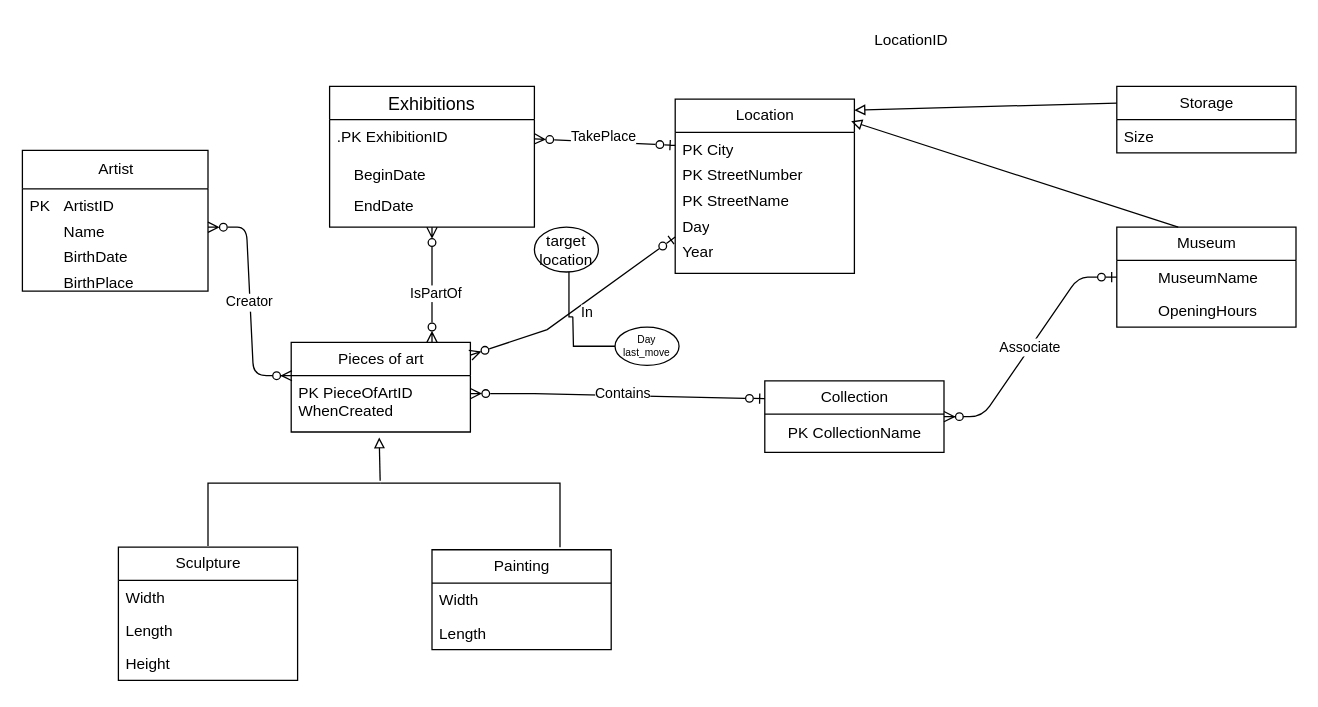
Earlier version of the draw.io diagram crowsFoot.drawio (KhalyHackerman/databases_p1). Source tidied: cells renumbered, new cells numbered last; positions are measured from the earlier drawing's top-left corner, leaving out a move shared by most shapes. Both pictures are drawn from the tidied source at 128%, with x=0, y=0 at pixel (22, 22).
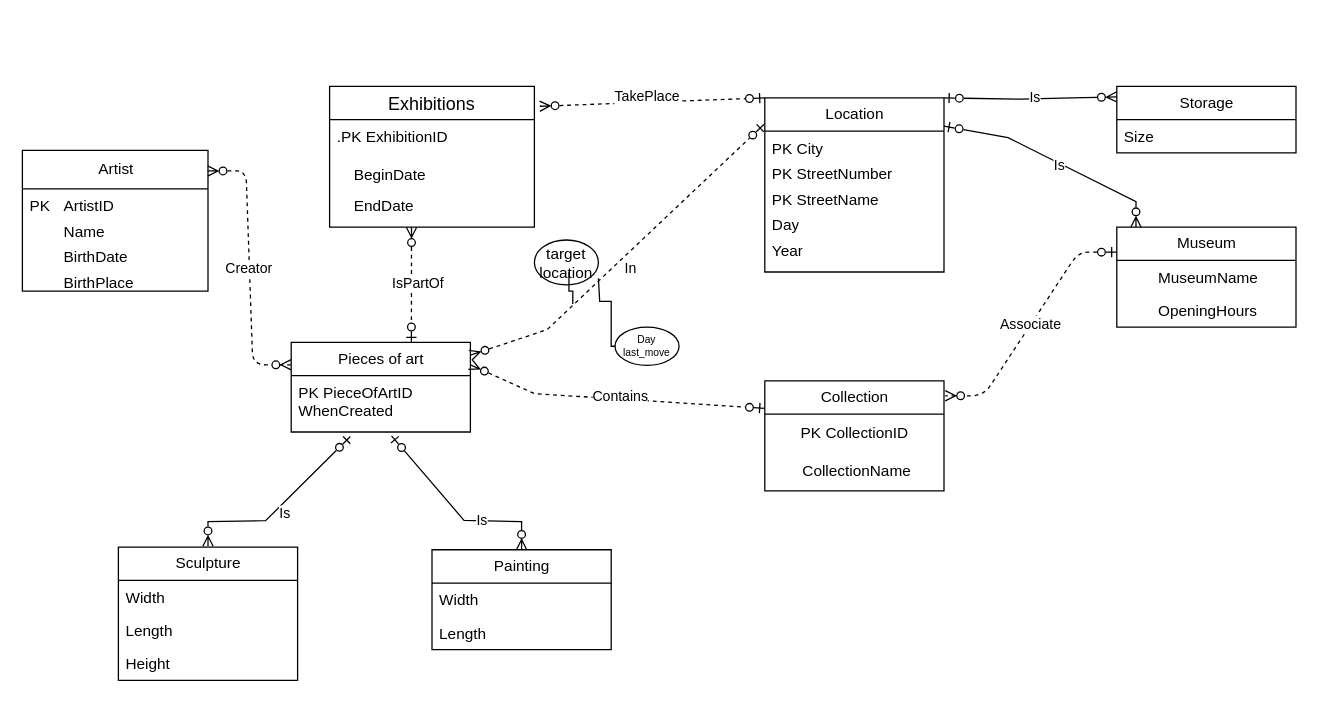
The same page after the edit.

The change refers to these unchanged cells:
```xml
<mxCell id="2" value="Artist" style="swimlane;fontStyle=0;horizontal=1;startSize=30;fillColor=none;html=1;" parent="1" vertex="1">
  <mxGeometry y="100" width="145" height="110" as="geometry" />
</mxCell>
<mxCell id="4" value="&amp;nbsp; &amp;nbsp; &amp;nbsp; &amp;nbsp; Name" style="text;strokeColor=none;fillColor=none;align=left;verticalAlign=top;spacingLeft=4;spacingRight=4;overflow=hidden;points=[[0,0.5],[1,0.5]];portConstraint=eastwest;whiteSpace=wrap;html=1;" parent="2" vertex="1">
  <mxGeometry y="50" width="145" height="20" as="geometry" />
</mxCell>
<mxCell id="7" value="Pieces of art" style="swimlane;fontStyle=0;horizontal=1;startSize=26;fillColor=none;html=1;" parent="1" vertex="1">
  <mxGeometry x="210" y="250" width="140" height="70" as="geometry" />
</mxCell>
<mxCell id="8" value="&lt;div&gt;PK PieceOfArtID&lt;/div&gt;WhenCreated" style="text;strokeColor=none;fillColor=none;align=left;verticalAlign=top;spacingLeft=4;spacingRight=4;overflow=hidden;points=[[0,0.5],[1,0.5]];portConstraint=eastwest;whiteSpace=wrap;html=1;" parent="7" vertex="1">
  <mxGeometry y="26" width="140" height="44" as="geometry" />
</mxCell>
<mxCell id="10" value="Painting" style="swimlane;fontStyle=0;horizontal=1;startSize=26;fillColor=none;html=1;" parent="1" vertex="1">
  <mxGeometry x="320" y="412" width="140" height="78" as="geometry" />
</mxCell>
<mxCell id="26" value="Year" style="text;strokeColor=none;fillColor=none;align=left;verticalAlign=top;spacingLeft=4;spacingRight=4;overflow=hidden;points=[[0,0.5],[1,0.5]];portConstraint=eastwest;whiteSpace=wrap;html=1;" parent="21" vertex="1">
  <mxGeometry y="106" width="140" height="30" as="geometry" />
</mxCell>
<mxCell id="28" value="Museum" style="swimlane;fontStyle=0;horizontal=1;startSize=26;fillColor=none;html=1;" parent="1" vertex="1">
  <mxGeometry x="855" y="160" width="140" height="78" as="geometry" />
</mxCell>
<mxCell id="31" value="Storage" style="swimlane;fontStyle=0;horizontal=1;startSize=26;fillColor=none;html=1;" parent="1" vertex="1">
  <mxGeometry x="855" y="50" width="140" height="52" as="geometry" />
</mxCell>
<mxCell id="34" value="Exhibitions" style="swimlane;fontStyle=0;horizontal=1;startSize=26;align=center;fontSize=14;" parent="1" vertex="1">
  <mxGeometry x="240" y="50" width="160" height="110" as="geometry" />
</mxCell>
<mxCell id="35" value=".PK ExhibitionID" style="text;strokeColor=none;fillColor=none;spacingLeft=4;spacingRight=4;overflow=hidden;points=[[0,0.5],[1,0.5]];portConstraint=eastwest;fontSize=12;" parent="34" vertex="1">
  <mxGeometry y="26" width="160" height="30" as="geometry" />
</mxCell>
<mxCell id="37" value="    EndDate" style="text;strokeColor=none;fillColor=none;spacingLeft=4;spacingRight=4;overflow=hidden;points=[[0,0.5],[1,0.5]];portConstraint=eastwest;fontSize=12;" parent="34" vertex="1">
  <mxGeometry y="80" width="160" height="30" as="geometry" />
</mxCell>
<mxCell id="49" value="Day last_move" style="ellipse;whiteSpace=wrap;html=1;fontSize=8;" parent="1" vertex="1">
  <mxGeometry x="463" y="238" width="50" height="30" as="geometry" />
</mxCell>
```

Diff of the diagram source:
```diff
@@
-    <mxCell id="9" style="endArrow=block;html=1;rounded=0;endFill=0;entryX=0.491;entryY=1.097;entryDx=0;entryDy=0;entryPerimeter=0;" parent="1" edge="1" target="8">
-      <mxGeometry relative="1" as="geometry">
-        <mxPoint x="279.5" y="358" as="sourcePoint" />
-      </mxGeometry>
-    </mxCell>
@@
-    <mxCell id="17" style="endArrow=none;html=1;rounded=0;" parent="1" edge="1">
-      <mxGeometry relative="1" as="geometry">
-        <mxPoint x="145" y="409" as="sourcePoint" />
-        <mxPoint x="280" y="360" as="targetPoint" />
-        <Array as="points">
-          <mxPoint x="145" y="360" />
-        </Array>
-      </mxGeometry>
-    </mxCell>
-    <mxCell id="18" style="endArrow=none;html=1;rounded=0;" parent="1" edge="1">
-      <mxGeometry relative="1" as="geometry">
-        <mxPoint x="420" y="410" as="sourcePoint" />
-        <mxPoint x="280" y="360" as="targetPoint" />
-        <Array as="points">
-          <mxPoint x="420" y="360" />
-        </Array>
-      </mxGeometry>
-    </mxCell>
     <mxCell id="19" value="Collection" style="swimlane;fontStyle=0;horizontal=1;startSize=26;fillColor=none;html=1;" parent="1" vertex="1">
-      <mxGeometry x="580" y="280" width="140" height="56" as="geometry" />
+      <mxGeometry x="580" y="280" width="140" height="86" as="geometry" />
     </mxCell>
+    <mxCell id="53" value="PK CollectionID" style="text;html=1;align=center;verticalAlign=middle;strokeColor=none;fillColor=none;" parent="19" vertex="1">
+      <mxGeometry y="26" width="140" height="30" as="geometry" />
+    </mxCell>
-    <mxCell id="20" value="PK CollectionName" style="text;html=1;align=center;verticalAlign=middle;strokeColor=none;fillColor=none;" parent="19" vertex="1">
-      <mxGeometry y="26" width="140" height="30" as="geometry" />
+    <mxCell id="20" value="&amp;nbsp;CollectionName" style="text;html=1;align=center;verticalAlign=middle;strokeColor=none;fillColor=none;" parent="19" vertex="1">
+      <mxGeometry y="56" width="140" height="30" as="geometry" />
     </mxCell>
     <mxCell id="21" value="Location" style="swimlane;fontStyle=0;horizontal=1;startSize=26;fillColor=none;html=1;" parent="1" vertex="1">
-      <mxGeometry x="510" y="60" width="140" height="136" as="geometry" />
+      <mxGeometry x="580" y="59" width="140" height="136" as="geometry" />
     </mxCell>
@@
-    <mxCell id="27" style="endArrow=block;html=1;rounded=0;endFill=0;entryX=1;entryY=0.063;entryDx=0;entryDy=0;exitX=0;exitY=0.25;exitDx=0;exitDy=0;entryPerimeter=0;" parent="1" edge="1" source="31" target="21">
-      <mxGeometry relative="1" as="geometry" />
-    </mxCell>
@@
-    <mxCell id="33" value="Associate" style="edgeStyle=entityRelationEdgeStyle;endArrow=ERzeroToMany;startArrow=ERzeroToOne;endFill=1;startFill=0;entryX=1;entryY=0.5;entryDx=0;entryDy=0;" parent="1" edge="1" source="28" target="19">
+    <mxCell id="33" value="Associate" style="edgeStyle=entityRelationEdgeStyle;endArrow=ERzeroToMany;startArrow=ERzeroToOne;endFill=1;startFill=0;entryX=1.007;entryY=0.136;entryDx=0;entryDy=0;dashed=1;entryPerimeter=0;exitX=0;exitY=0.25;exitDx=0;exitDy=0;" parent="1" edge="1" source="28" target="19">
       <mxGeometry relative="1" as="geometry">
         <Array as="points">
           <mxPoint x="820" y="300" />
         </Array>
       </mxGeometry>
     </mxCell>
@@
-    <mxCell id="38" style="endArrow=ERzeroToMany;html=1;rounded=0;strokeColor=default;startArrow=ERzeroToMany;startFill=0;endFill=0;" parent="1" edge="1">
-      <mxGeometry relative="1" as="geometry">
-        <mxPoint x="320" y="160" as="sourcePoint" />
-        <mxPoint x="320" y="250" as="targetPoint" />
-      </mxGeometry>
-    </mxCell>
-    <mxCell id="39" value="IsPartOf" style="edgeLabel;html=1;align=center;verticalAlign=middle;" parent="38" vertex="1">
-      <mxGeometry x="0.14" y="2" relative="1" as="geometry" />
-    </mxCell>
-    <mxCell id="40" style="endArrow=ERzeroToOne;html=1;rounded=0;strokeColor=default;entryX=0;entryY=0.5;entryDx=0;entryDy=0;startArrow=ERzeroToMany;startFill=0;endFill=0;exitX=1;exitY=0.5;exitDx=0;exitDy=0;" parent="1" edge="1" source="35">
-      <mxGeometry relative="1" as="geometry">
-        <mxPoint x="510" y="96" as="targetPoint" />
-      </mxGeometry>
+    <mxCell id="40" style="endArrow=ERzeroToOne;html=1;rounded=0;strokeColor=default;entryX=0;entryY=0;entryDx=0;entryDy=0;startArrow=ERzeroToMany;startFill=0;endFill=0;exitX=1.026;exitY=0.141;exitDx=0;exitDy=0;dashed=1;exitPerimeter=0;" parent="1" edge="1" source="34" target="21">
+      <mxGeometry relative="1" as="geometry" />
     </mxCell>
@@
-    <mxCell id="42" value="Creator" style="edgeStyle=entityRelationEdgeStyle;endArrow=ERzeroToMany;startArrow=ERzeroToMany;endFill=1;startFill=0;entryX=0.004;entryY=-0.087;entryDx=0;entryDy=0;entryPerimeter=0;exitX=1;exitY=0.5;exitDx=0;exitDy=0;" parent="1" edge="1" source="4">
+    <mxCell id="42" value="Creator" style="edgeStyle=entityRelationEdgeStyle;endArrow=ERzeroToMany;startArrow=ERzeroToMany;endFill=1;startFill=0;entryX=0;entryY=0.25;entryDx=0;entryDy=0;exitX=0.998;exitY=0.146;exitDx=0;exitDy=0;dashed=1;exitPerimeter=0;" parent="1" edge="1" source="2" target="7">
       <mxGeometry relative="1" as="geometry">
-        <mxPoint x="210.6" y="276" as="targetPoint" />
         <Array as="points">
           <mxPoint x="190" y="276" />
         </Array>
       </mxGeometry>
     </mxCell>
-    <mxCell id="43" style="endArrow=ERzeroToOne;html=1;rounded=0;strokeColor=default;startArrow=ERzeroToMany;startFill=0;endFill=0;entryX=0;entryY=0.25;entryDx=0;entryDy=0;" parent="1" edge="1" target="19">
+    <mxCell id="43" style="endArrow=ERzeroToOne;html=1;rounded=0;strokeColor=default;startArrow=ERzeroToMany;startFill=0;endFill=0;entryX=0;entryY=0.25;entryDx=0;entryDy=0;dashed=1;exitX=1;exitY=0.25;exitDx=0;exitDy=0;" parent="1" edge="1" source="7" target="19">
       <mxGeometry relative="1" as="geometry">
-        <mxPoint x="350" y="290" as="sourcePoint" />
         <Array as="points">
           <mxPoint x="400" y="290" />
         </Array>
       </mxGeometry>
     </mxCell>
@@
-    <mxCell id="45" style="endArrow=block;html=1;rounded=0;endFill=0;entryX=0.982;entryY=0.127;entryDx=0;entryDy=0;exitX=0;exitY=0.25;exitDx=0;exitDy=0;entryPerimeter=0;" parent="1" edge="1" target="21">
-      <mxGeometry relative="1" as="geometry">
-        <mxPoint x="903" y="160" as="sourcePoint" />
-      </mxGeometry>
-    </mxCell>
-    <mxCell id="46" style="endArrow=ERzeroToOne;html=1;rounded=0;strokeColor=default;startArrow=ERzeroToMany;startFill=0;endFill=0;entryX=0;entryY=0.057;entryDx=0;entryDy=0;entryPerimeter=0;" parent="1" edge="1" target="26">
+    <mxCell id="46" style="endArrow=ERzeroToOne;html=1;rounded=0;strokeColor=default;startArrow=ERzeroToMany;startFill=0;endFill=0;entryX=-0.005;entryY=0.153;entryDx=0;entryDy=0;entryPerimeter=0;dashed=1;" parent="1" edge="1" target="21">
       <mxGeometry relative="1" as="geometry">
         <mxPoint x="350" y="260" as="sourcePoint" />
         <Array as="points">
           <mxPoint x="410" y="240" />
         </Array>
       </mxGeometry>
     </mxCell>
@@
-    <mxCell id="48" value="LocationID" style="text;strokeColor=none;fillColor=none;align=left;verticalAlign=top;spacingLeft=4;spacingRight=4;overflow=hidden;whiteSpace=wrap;html=1;" parent="1" vertex="1">
-      <mxGeometry x="660" width="140" height="20" as="geometry" />
-    </mxCell>
@@
     <mxCell id="50" style="edgeStyle=orthogonalEdgeStyle;rounded=0;jettySize=auto;html=1;endArrow=none;startFill=0;" parent="1" edge="1" source="49">
       <mxGeometry relative="1" as="geometry">
-        <mxPoint x="430" y="230" as="targetPoint" />
+        <mxPoint x="450" y="200" as="targetPoint" />
+        <Array as="points">
+          <mxPoint x="460" y="253" />
+          <mxPoint x="460" y="218" />
+          <mxPoint x="451" y="218" />
+          <mxPoint x="451" y="200" />
+        </Array>
       </mxGeometry>
     </mxCell>
     <mxCell id="51" value="target location" style="ellipse;whiteSpace=wrap;html=1;" parent="1" vertex="1">
-      <mxGeometry x="400" y="160" width="50" height="35" as="geometry" />
+      <mxGeometry x="400" y="170" width="50" height="35" as="geometry" />
     </mxCell>
     <mxCell id="52" style="edgeStyle=orthogonalEdgeStyle;rounded=0;orthogonalLoop=1;jettySize=auto;html=1;endArrow=none;startFill=0;" parent="1" edge="1">
       <mxGeometry relative="1" as="geometry">
-        <mxPoint x="430" y="230" as="sourcePoint" />
+        <mxPoint x="430" y="220" as="sourcePoint" />
         <mxPoint x="427" y="195" as="targetPoint" />
+        <Array as="points">
+          <mxPoint x="430" y="210" />
+          <mxPoint x="427" y="210" />
+        </Array>
       </mxGeometry>
     </mxCell>
+    <mxCell id="54" style="endArrow=ERzeroToOne;html=1;rounded=0;strokeColor=default;startArrow=ERzeroToMany;startFill=0;endFill=0;exitX=0.5;exitY=0;exitDx=0;exitDy=0;entryX=0.33;entryY=1.08;entryDx=0;entryDy=0;entryPerimeter=0;" parent="1" edge="1" target="8">
+      <mxGeometry relative="1" as="geometry">
+        <mxPoint x="145" y="409.3" as="sourcePoint" />
+        <Array as="points">
+          <mxPoint x="145" y="390" />
+          <mxPoint x="190" y="389.3" />
+        </Array>
+      </mxGeometry>
+    </mxCell>
+    <mxCell id="55" value="Is" style="edgeLabel;html=1;align=center;verticalAlign=middle;" parent="54" vertex="1">
+      <mxGeometry x="-0.11" y="2" relative="1" as="geometry">
+        <mxPoint x="12" as="offset" />
+      </mxGeometry>
+    </mxCell>
+    <mxCell id="56" style="endArrow=ERzeroToOne;html=1;rounded=0;strokeColor=default;startArrow=ERzeroToMany;startFill=0;endFill=0;entryX=0.56;entryY=1.068;entryDx=0;entryDy=0;entryPerimeter=0;exitX=0.5;exitY=0;exitDx=0;exitDy=0;" parent="1" edge="1" source="10" target="8">
+      <mxGeometry relative="1" as="geometry">
+        <Array as="points">
+          <mxPoint x="390" y="390" />
+          <mxPoint x="345" y="389" />
+        </Array>
+      </mxGeometry>
+    </mxCell>
+    <mxCell id="57" value="Is" style="edgeLabel;html=1;align=center;verticalAlign=middle;" parent="56" vertex="1">
+      <mxGeometry x="-0.11" y="2" relative="1" as="geometry">
+        <mxPoint x="16" as="offset" />
+      </mxGeometry>
+    </mxCell>
+    <mxCell id="27" style="endArrow=ERzeroToOne;html=1;rounded=0;strokeColor=default;startArrow=ERzeroToMany;startFill=0;endFill=0;entryX=1;entryY=0;entryDx=0;entryDy=0;exitX=0;exitY=0.158;exitDx=0;exitDy=0;exitPerimeter=0;" parent="1" edge="1" source="31" target="21">
+      <mxGeometry relative="1" as="geometry">
+        <Array as="points">
+          <mxPoint x="820" y="59" />
+          <mxPoint x="780" y="60" />
+        </Array>
+      </mxGeometry>
+    </mxCell>
+    <mxCell id="58" value="Is" style="edgeLabel;html=1;align=center;verticalAlign=middle;" parent="27" vertex="1">
+      <mxGeometry x="-0.11" y="2" relative="1" as="geometry">
+        <mxPoint x="-5" y="-3" as="offset" />
+      </mxGeometry>
+    </mxCell>
+    <mxCell id="59" style="endArrow=ERzeroToOne;html=1;rounded=0;strokeColor=default;startArrow=ERzeroToMany;startFill=0;endFill=0;entryX=1;entryY=0;entryDx=0;entryDy=0;exitX=0.107;exitY=0;exitDx=0;exitDy=0;exitPerimeter=0;" parent="1" edge="1" source="28">
+      <mxGeometry relative="1" as="geometry">
+        <mxPoint x="720" y="81" as="targetPoint" />
+        <Array as="points">
+          <mxPoint x="870" y="140" />
+          <mxPoint x="810" y="110" />
+          <mxPoint x="770" y="90" />
+        </Array>
+      </mxGeometry>
+    </mxCell>
+    <mxCell id="60" value="Is" style="edgeLabel;html=1;align=center;verticalAlign=middle;" parent="59" vertex="1">
+      <mxGeometry x="-0.11" y="2" relative="1" as="geometry">
+        <mxPoint x="-5" y="-3" as="offset" />
+      </mxGeometry>
+    </mxCell>
+    <mxCell id="61" style="endArrow=ERzeroToOne;html=1;rounded=0;strokeColor=default;entryX=0.5;entryY=0;entryDx=0;entryDy=0;startArrow=ERzeroToMany;startFill=0;endFill=0;dashed=1;exitX=0.4;exitY=1;exitDx=0;exitDy=0;exitPerimeter=0;" parent="1" edge="1" source="37">
+      <mxGeometry relative="1" as="geometry">
+        <mxPoint x="303.9" y="250" as="targetPoint" />
+      </mxGeometry>
+    </mxCell>
+    <mxCell id="39" value="IsPartOf" style="edgeLabel;html=1;align=center;verticalAlign=middle;" parent="61" vertex="1">
+      <mxGeometry x="-0.04" y="5" relative="1" as="geometry" />
+    </mxCell>
```
